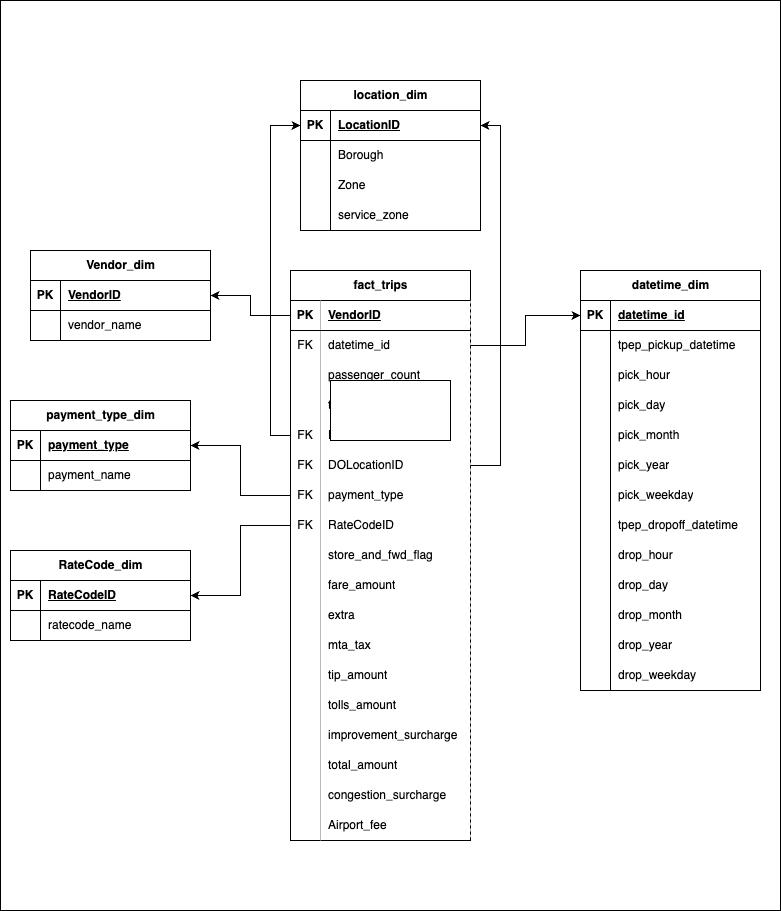
Before: Data-Model.drawio.png, a diagram exported from draw.io (rishiguptha/NYCab-Insights). Source tidied: cells renumbered, new cells last; positions are measured from the earlier drawing's top-left corner, leaving out a move shared by most shapes.
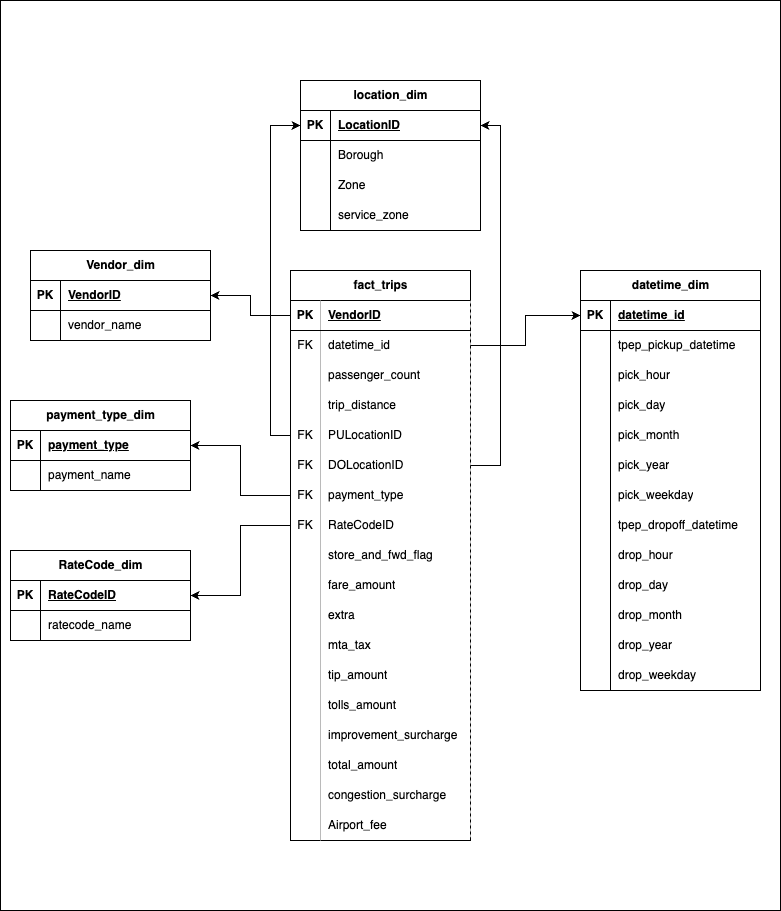
Later version of the same file.

What changed in the source:
```diff
@@ -410,8 +410,5 @@
     <mxCell id="137" style="edgeStyle=orthogonalEdgeStyle;rounded=0;jettySize=auto;html=1;exitX=0;exitY=0.5;exitDx=0;exitDy=0;entryX=1;entryY=0.5;entryDx=0;entryDy=0;" parent="1" edge="1" source="4" target="130">
       <mxGeometry relative="1" as="geometry" />
     </mxCell>
-    <mxCell id="138" style="rounded=0;whiteSpace=wrap;html=1;" parent="1" vertex="1">
-      <mxGeometry x="330" y="380" width="120" height="60" as="geometry" />
-    </mxCell>
   </root>
 </mxGraphModel>
```
